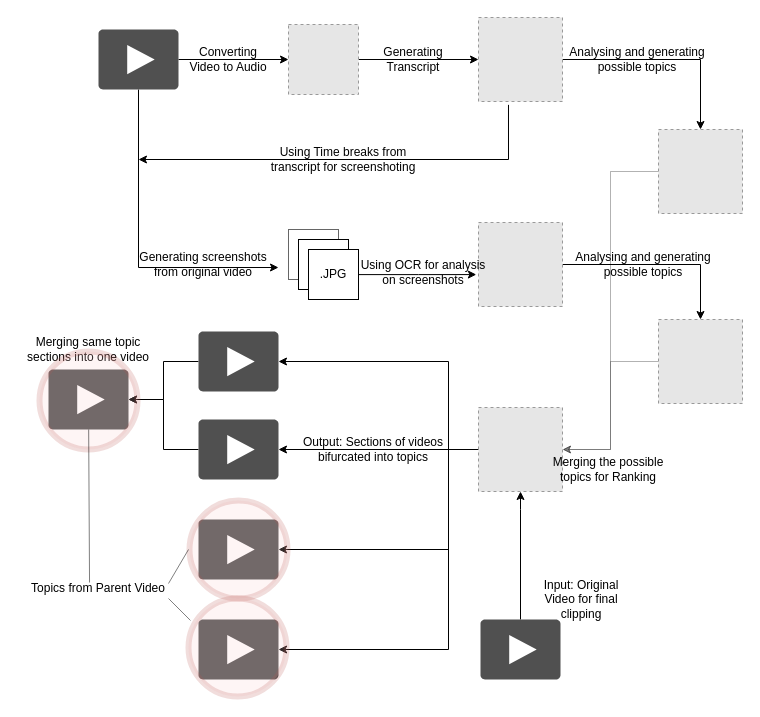
Before: page "Page-2" (2 of 2) of Untitled Diagram.drawio in shaashwatjain/Video-Processing, a draw.io diagram. Source tidied: cells renumbered, new cells numbered last; positions are measured from the earlier drawing's top-left corner, leaving out a move shared by most shapes. Both pictures are drawn from the tidied source at 100%, with x=0, y=0 at pixel (18, 17). Pictures stored in the file or linked from it are replaced by grey dashed boxes.
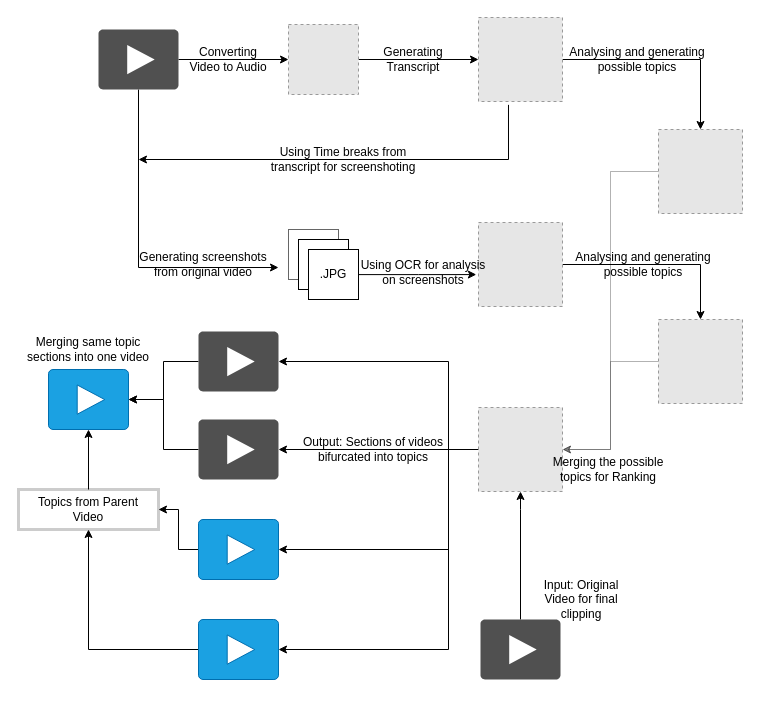
Above is the later version.

The edit, as a diff of the source:
```diff
@@
+    <mxCell id="54" style="edgeStyle=orthogonalEdgeStyle;rounded=0;jettySize=auto;html=1;entryX=0.5;entryY=1;entryDx=0;entryDy=0;" parent="1" edge="1" source="29" target="50">
+      <mxGeometry relative="1" as="geometry" />
+    </mxCell>
-    <mxCell id="29" style="shadow=0;dashed=0;html=1;strokeColor=none;fillColor=#505050;labelPosition=center;verticalLabelPosition=bottom;verticalAlign=top;outlineConnect=0;align=center;shape=mxgraph.office.concepts.video_play;" parent="1" vertex="1">
+    <mxCell id="29" style="shadow=0;dashed=0;html=1;strokeColor=#006EAF;fillColor=#1ba1e2;labelPosition=center;verticalLabelPosition=bottom;verticalAlign=top;outlineConnect=0;align=center;shape=mxgraph.office.concepts.video_play;fontColor=#ffffff;" parent="1" vertex="1">
       <mxGeometry x="180" y="602" width="80" height="60" as="geometry" />
     </mxCell>
+    <mxCell id="55" style="edgeStyle=orthogonalEdgeStyle;rounded=0;jettySize=auto;html=1;entryX=1;entryY=0.5;entryDx=0;entryDy=0;" parent="1" edge="1" source="30" target="50">
+      <mxGeometry relative="1" as="geometry" />
+    </mxCell>
-    <mxCell id="30" style="shadow=0;dashed=0;html=1;strokeColor=none;fillColor=#505050;labelPosition=center;verticalLabelPosition=bottom;verticalAlign=top;outlineConnect=0;align=center;shape=mxgraph.office.concepts.video_play;" parent="1" vertex="1">
+    <mxCell id="30" style="shadow=0;dashed=0;html=1;strokeColor=#006EAF;fillColor=#1ba1e2;labelPosition=center;verticalLabelPosition=bottom;verticalAlign=top;outlineConnect=0;align=center;shape=mxgraph.office.concepts.video_play;fontColor=#ffffff;" parent="1" vertex="1">
       <mxGeometry x="180" y="502" width="80" height="60" as="geometry" />
     </mxCell>
@@
-    <mxCell id="35" style="shadow=0;dashed=0;html=1;strokeColor=none;fillColor=#505050;labelPosition=center;verticalLabelPosition=bottom;verticalAlign=top;outlineConnect=0;align=center;shape=mxgraph.office.concepts.video_play;" parent="1" vertex="1">
+    <mxCell id="35" style="shadow=0;dashed=0;html=1;strokeColor=#006EAF;fillColor=#1ba1e2;labelPosition=center;verticalLabelPosition=bottom;verticalAlign=top;outlineConnect=0;align=center;shape=mxgraph.office.concepts.video_play;fontColor=#ffffff;" parent="1" vertex="1">
       <mxGeometry x="30" y="352" width="80" height="60" as="geometry" />
     </mxCell>
@@
-    <mxCell id="47" style="ellipse;whiteSpace=wrap;html=1;opacity=20;strokeWidth=6;fillColor=#f8cecc;strokeColor=#b85450;" parent="1" vertex="1">
-      <mxGeometry x="21" y="334" width="98" height="98" as="geometry" />
-    </mxCell>
-    <mxCell id="48" style="ellipse;whiteSpace=wrap;html=1;opacity=20;strokeWidth=6;fillColor=#f8cecc;strokeColor=#b85450;" parent="1" vertex="1">
-      <mxGeometry x="171" y="483" width="98" height="98" as="geometry" />
-    </mxCell>
-    <mxCell id="49" style="ellipse;whiteSpace=wrap;html=1;opacity=20;strokeWidth=6;fillColor=#f8cecc;strokeColor=#b85450;" parent="1" vertex="1">
-      <mxGeometry x="170" y="581" width="98" height="98" as="geometry" />
-    </mxCell>
+    <mxCell id="51" style="edgeStyle=orthogonalEdgeStyle;rounded=0;jettySize=auto;html=1;" parent="1" edge="1" source="50" target="35">
+      <mxGeometry relative="1" as="geometry" />
+    </mxCell>
-    <mxCell id="50" value="Topics from Parent Video" style="text;html=1;strokeColor=none;fillColor=none;align=center;verticalAlign=middle;whiteSpace=wrap;rounded=0;opacity=20;" parent="1" vertex="1">
-      <mxGeometry x="10" y="561" width="140" height="20" as="geometry" />
+    <mxCell id="50" value="&lt;div&gt;Topics from Parent&lt;/div&gt;&lt;div&gt; Video&lt;/div&gt;" style="text;html=1;fillColor=none;align=center;verticalAlign=middle;whiteSpace=wrap;rounded=0;opacity=20;strokeWidth=3;strokeColor=#000000;" parent="1" vertex="1">
+      <mxGeometry y="472" width="140" height="40" as="geometry" />
     </mxCell>
-    <mxCell id="51" style="endArrow=none;html=1;exitX=0.436;exitY=0.2;exitDx=0;exitDy=0;exitPerimeter=0;opacity=50;" parent="1" edge="1" source="50" target="35">
-      <mxGeometry relative="1" as="geometry" />
-    </mxCell>
-    <mxCell id="52" style="endArrow=none;html=1;exitX=1;exitY=0.25;exitDx=0;exitDy=0;opacity=50;" parent="1" edge="1" source="50">
-      <mxGeometry relative="1" as="geometry">
-        <mxPoint x="170" y="532" as="targetPoint" />
-      </mxGeometry>
-    </mxCell>
-    <mxCell id="53" style="endArrow=none;html=1;exitX=1;exitY=1;exitDx=0;exitDy=0;opacity=50;entryX=0.02;entryY=0.224;entryDx=0;entryDy=0;entryPerimeter=0;" parent="1" edge="1" source="50" target="49">
-      <mxGeometry relative="1" as="geometry" />
-    </mxCell>
```
